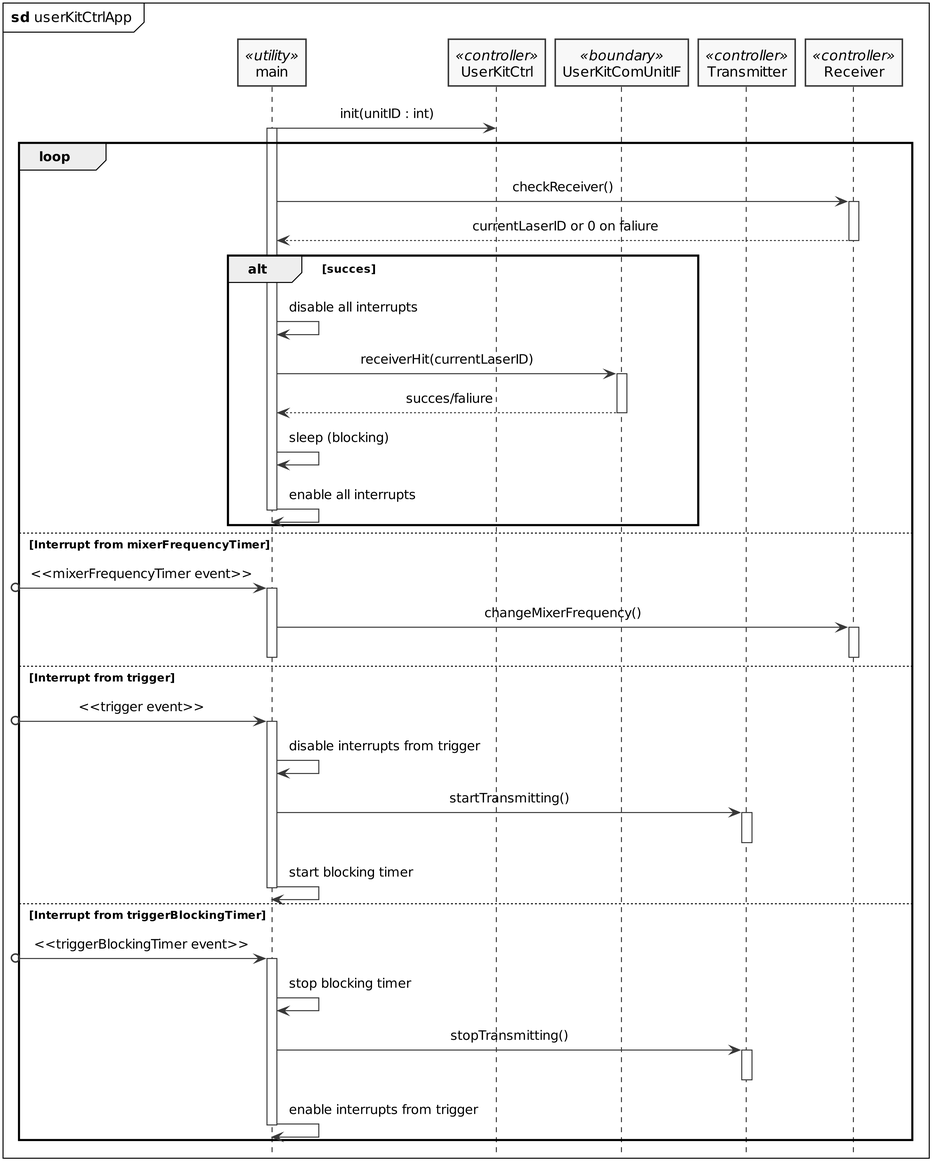
LasseKrarup/Laser-Tag-Project keeps this PlantUML diagram as PlantUML/out/userKitCtrlApp_sd.png. Above is the earlier version.
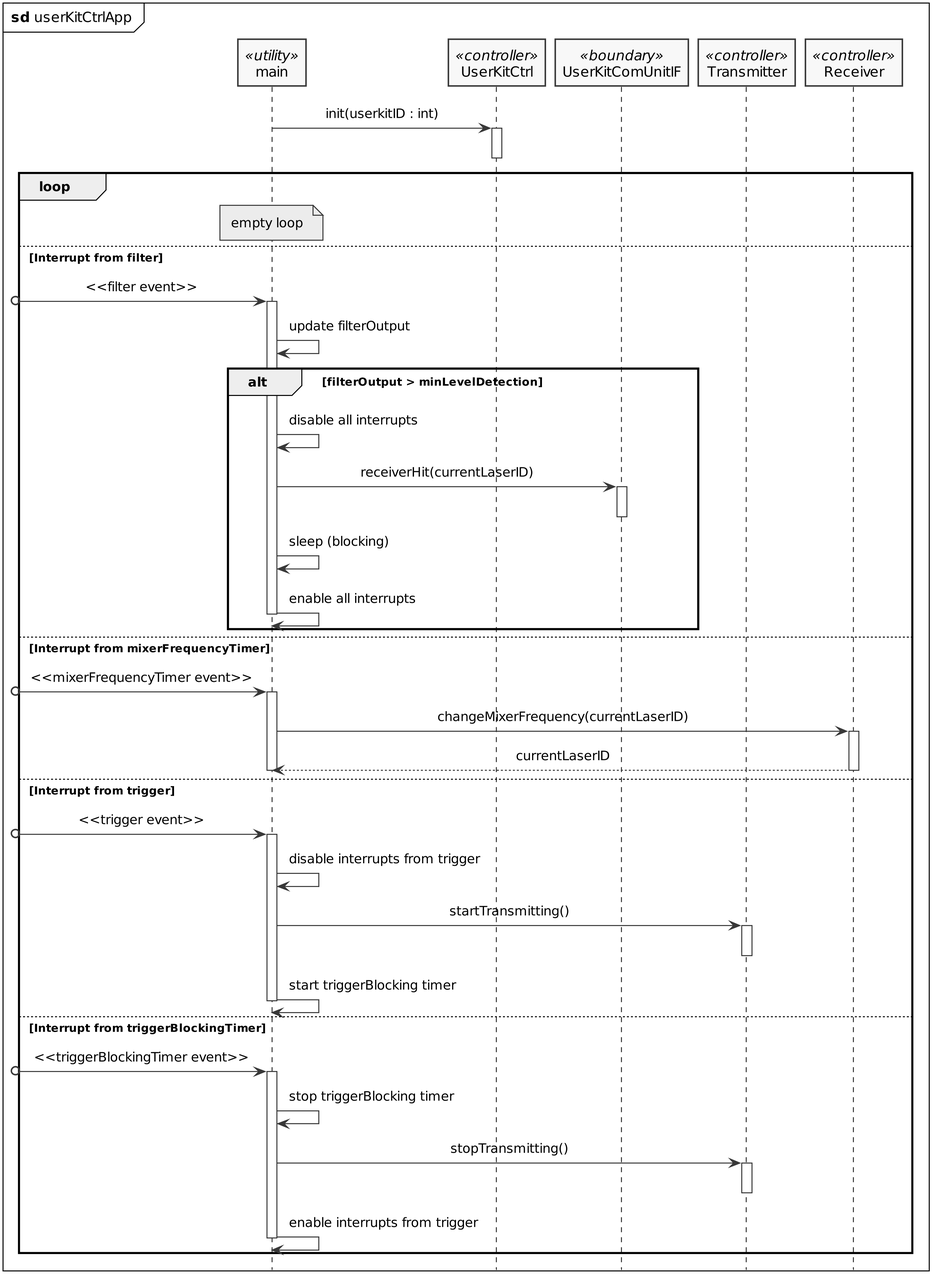
The same diagram one commit later.

Diff of the diagram source:
```diff
@@ -19,26 +19,34 @@
 participant Transmitter <<controller>>
 participant Receiver <<controller>>
 
-main -> UserKitCtrl: init(unitID : int)
+main -> UserKitCtrl++: init(userkitID : int)
+deactivate UserKitCtrl
 
 loop
+
+    note over main : empty loop
+
+    else Interrupt from filter
+    [o-> main: <<filter event>>
     activate main
-    main -> Receiver++: checkReceiver()
-    return currentLaserID or 0 on faliure
 
-    alt succes
+    main -> main: update filterOutput
+
+    alt filterOutput > minLevelDetection
         main -> main: disable all interrupts
         main -> UserKitComUnitIF++: receiverHit(currentLaserID)
-        return succes/faliure
+        deactivate UserKitComUnitIF
         main -> main: sleep (blocking)
         main -> main: enable all interrupts
         deactivate main
     end
 
+
     else Interrupt from mixerFrequencyTimer
     [o-> main: <<mixerFrequencyTimer event>>
     activate main
-    main -> Receiver++: changeMixerFrequency()
+    main -> Receiver++: changeMixerFrequency(currentLaserID)
+    return currentLaserID
     deactivate main
     deactivate Receiver
 
@@ -48,14 +56,14 @@
     main -> main: disable interrupts from trigger
     main -> Transmitter++: startTransmitting()
     deactivate Transmitter
-    main -> main: start blocking timer
+    main -> main: start triggerBlocking timer
     deactivate main
 
     else Interrupt from triggerBlockingTimer
     [o-> main: <<triggerBlockingTimer event>>
     activate main
 
-    main -> main: stop blocking timer
+    main -> main: stop triggerBlocking timer
     main -> Transmitter++: stopTransmitting()
     deactivate Transmitter
     main -> main: enable interrupts from trigger
```
